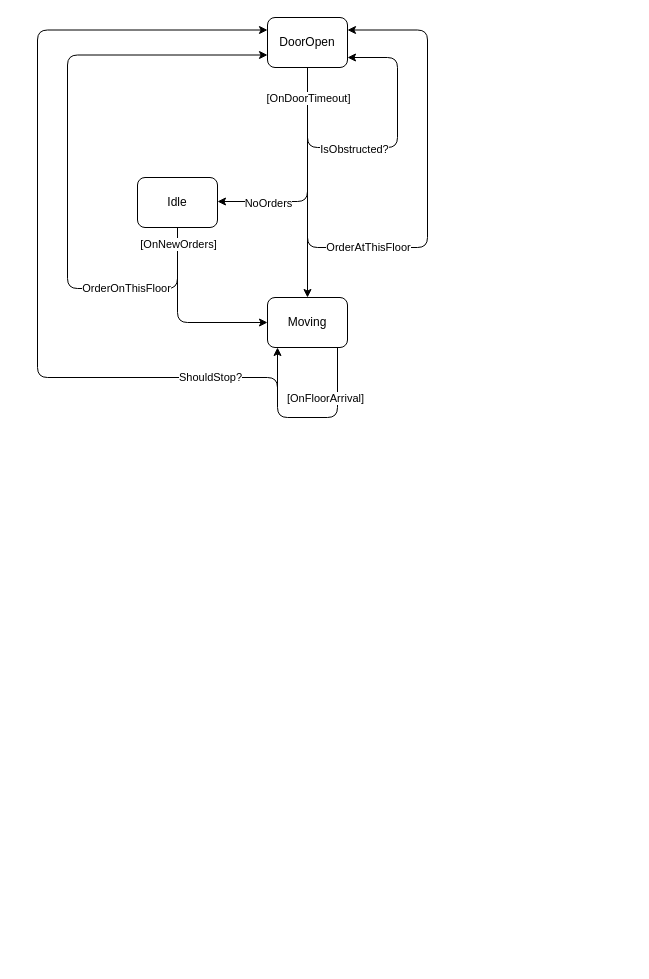
This is Documentation/elevatorStateUML.drawio from jensmunkerud/ElevatorProject, a draw.io file, before an edit. Source tidied: cells renumbered, new cells numbered last; positions are measured from the earlier drawing's top-left corner, leaving out a move shared by most shapes. Both pictures are drawn from the tidied source at 100%, with x=0, y=0 at pixel (37, 17).
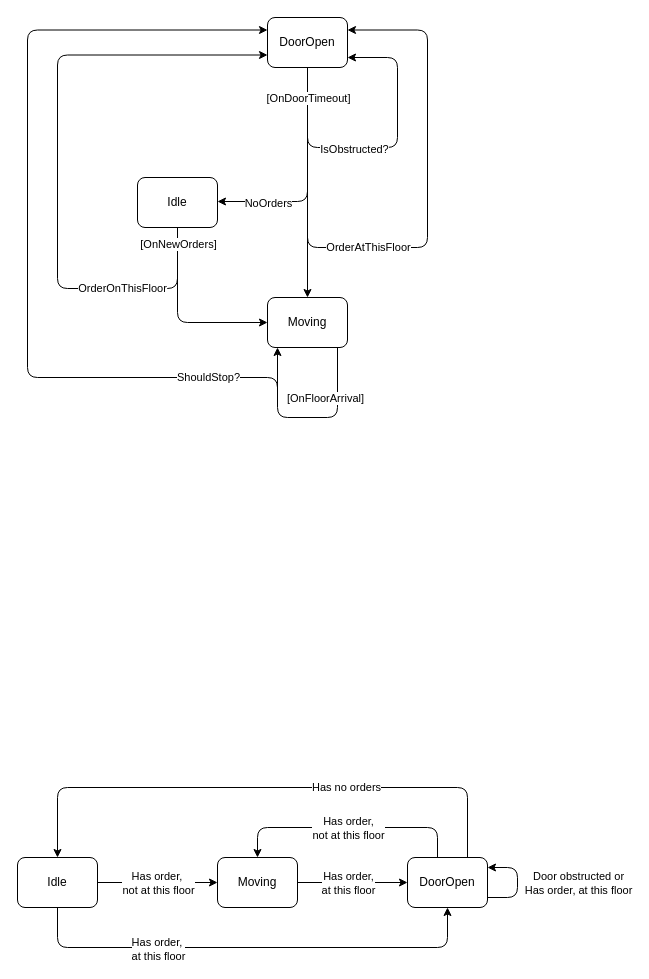
The same diagram, later.

The change refers to these unchanged cells:
```xml
<mxCell id="8" value="DoorOpen" style="rounded=1;whiteSpace=wrap;html=1;" parent="1" vertex="1">
  <mxGeometry x="230" width="80" height="50" as="geometry" />
</mxCell>
```

Diff of the diagram source:
```diff
@@
     <mxCell id="17" style="endArrow=classic;html=1;edgeStyle=orthogonalEdgeStyle;entryX=0;entryY=0.25;entryDx=0;entryDy=0;" parent="1" edge="1" target="8">
       <mxGeometry relative="1" as="geometry">
         <mxPoint x="240" y="380" as="sourcePoint" />
         <Array as="points">
           <mxPoint x="240" y="360" />
-          <mxPoint y="360" />
-          <mxPoint y="13" />
+          <mxPoint x="-10" y="360" />
+          <mxPoint x="-10" y="13" />
         </Array>
       </mxGeometry>
     </mxCell>
@@
     <mxCell id="19" style="endArrow=classic;html=1;edgeStyle=orthogonalEdgeStyle;entryX=0;entryY=0.75;entryDx=0;entryDy=0;" parent="1" edge="1" target="8">
       <mxGeometry relative="1" as="geometry">
         <mxPoint x="140" y="250" as="sourcePoint" />
         <Array as="points">
-          <mxPoint x="140" y="250" />
           <mxPoint x="140" y="271" />
-          <mxPoint x="30" y="271" />
-          <mxPoint x="30" y="38" />
+          <mxPoint x="20" y="271" />
+          <mxPoint x="20" y="37" />
         </Array>
       </mxGeometry>
     </mxCell>
@@
+    <mxCell id="21" style="edgeStyle=none;html=1;" parent="1" edge="1" source="25" target="28">
+      <mxGeometry relative="1" as="geometry" />
+    </mxCell>
+    <mxCell id="22" value="Has order,&amp;nbsp;&lt;div&gt;not at this floor&lt;/div&gt;" style="edgeLabel;html=1;align=center;verticalAlign=middle;" parent="21" vertex="1">
+      <mxGeometry x="-0.29" y="-1" relative="1" as="geometry">
+        <mxPoint x="17" y="-1" as="offset" />
+      </mxGeometry>
+    </mxCell>
+    <mxCell id="23" style="edgeStyle=orthogonalEdgeStyle;html=1;entryX=0.5;entryY=1;entryDx=0;entryDy=0;" parent="1" edge="1" source="25" target="35">
+      <mxGeometry relative="1" as="geometry">
+        <Array as="points">
+          <mxPoint x="20" y="930" />
+          <mxPoint x="410" y="930" />
+        </Array>
+      </mxGeometry>
+    </mxCell>
+    <mxCell id="24" value="Has order,&amp;nbsp;&lt;div&gt;at this floor&lt;/div&gt;" style="edgeLabel;html=1;align=center;verticalAlign=middle;" parent="23" vertex="1">
+      <mxGeometry x="-0.2" y="-1" relative="1" as="geometry">
+        <mxPoint x="-48" as="offset" />
+      </mxGeometry>
+    </mxCell>
+    <mxCell id="25" value="Idle" style="rounded=1;whiteSpace=wrap;html=1;" parent="1" vertex="1">
+      <mxGeometry x="-20" y="840" width="80" height="50" as="geometry" />
+    </mxCell>
+    <mxCell id="26" style="edgeStyle=none;html=1;entryX=0;entryY=0.5;entryDx=0;entryDy=0;" parent="1" edge="1" source="28" target="35">
+      <mxGeometry relative="1" as="geometry" />
+    </mxCell>
+    <mxCell id="27" value="Has order,&lt;div&gt;at this floor&lt;/div&gt;" style="edgeLabel;html=1;align=center;verticalAlign=middle;" parent="26" vertex="1">
+      <mxGeometry x="-0.2" y="1" relative="1" as="geometry">
+        <mxPoint x="6" y="1" as="offset" />
+      </mxGeometry>
+    </mxCell>
+    <mxCell id="28" value="Moving" style="rounded=1;whiteSpace=wrap;html=1;" parent="1" vertex="1">
+      <mxGeometry x="180" y="840" width="80" height="50" as="geometry" />
+    </mxCell>
+    <mxCell id="29" style="edgeStyle=orthogonalEdgeStyle;html=1;entryX=1;entryY=0.2;entryDx=0;entryDy=0;entryPerimeter=0;" parent="1" edge="1" source="35" target="35">
+      <mxGeometry relative="1" as="geometry">
+        <Array as="points">
+          <mxPoint x="480" y="880" />
+          <mxPoint x="480" y="850" />
+        </Array>
+      </mxGeometry>
+    </mxCell>
+    <mxCell id="30" value="Door obstructed or&lt;div&gt;Has order, at this floor&lt;/div&gt;" style="edgeLabel;html=1;align=center;verticalAlign=middle;" parent="29" vertex="1">
+      <mxGeometry relative="1" as="geometry">
+        <mxPoint x="60" as="offset" />
+      </mxGeometry>
+    </mxCell>
+    <mxCell id="31" style="edgeStyle=orthogonalEdgeStyle;html=1;entryX=0.5;entryY=0;entryDx=0;entryDy=0;" parent="1" edge="1" source="35" target="28">
+      <mxGeometry relative="1" as="geometry">
+        <Array as="points">
+          <mxPoint x="400" y="810" />
+          <mxPoint x="220" y="810" />
+        </Array>
+      </mxGeometry>
+    </mxCell>
+    <mxCell id="32" value="Has order,&lt;div&gt;not at this floor&lt;/div&gt;" style="edgeLabel;html=1;align=center;verticalAlign=middle;" parent="31" vertex="1">
+      <mxGeometry x="0.24" relative="1" as="geometry">
+        <mxPoint x="29" as="offset" />
+      </mxGeometry>
+    </mxCell>
+    <mxCell id="33" style="edgeStyle=orthogonalEdgeStyle;html=1;entryX=0.5;entryY=0;entryDx=0;entryDy=0;" parent="1" edge="1" source="35" target="25">
+      <mxGeometry relative="1" as="geometry">
+        <Array as="points">
+          <mxPoint x="430" y="770" />
+          <mxPoint x="20" y="770" />
+        </Array>
+      </mxGeometry>
+    </mxCell>
+    <mxCell id="34" value="Has no orders" style="edgeLabel;html=1;align=center;verticalAlign=middle;" parent="33" vertex="1">
+      <mxGeometry x="-0.19" relative="1" as="geometry">
+        <mxPoint x="31" y="-1" as="offset" />
+      </mxGeometry>
+    </mxCell>
+    <mxCell id="35" value="DoorOpen" style="rounded=1;whiteSpace=wrap;html=1;" parent="1" vertex="1">
+      <mxGeometry x="370" y="840" width="80" height="50" as="geometry" />
+    </mxCell>
```
